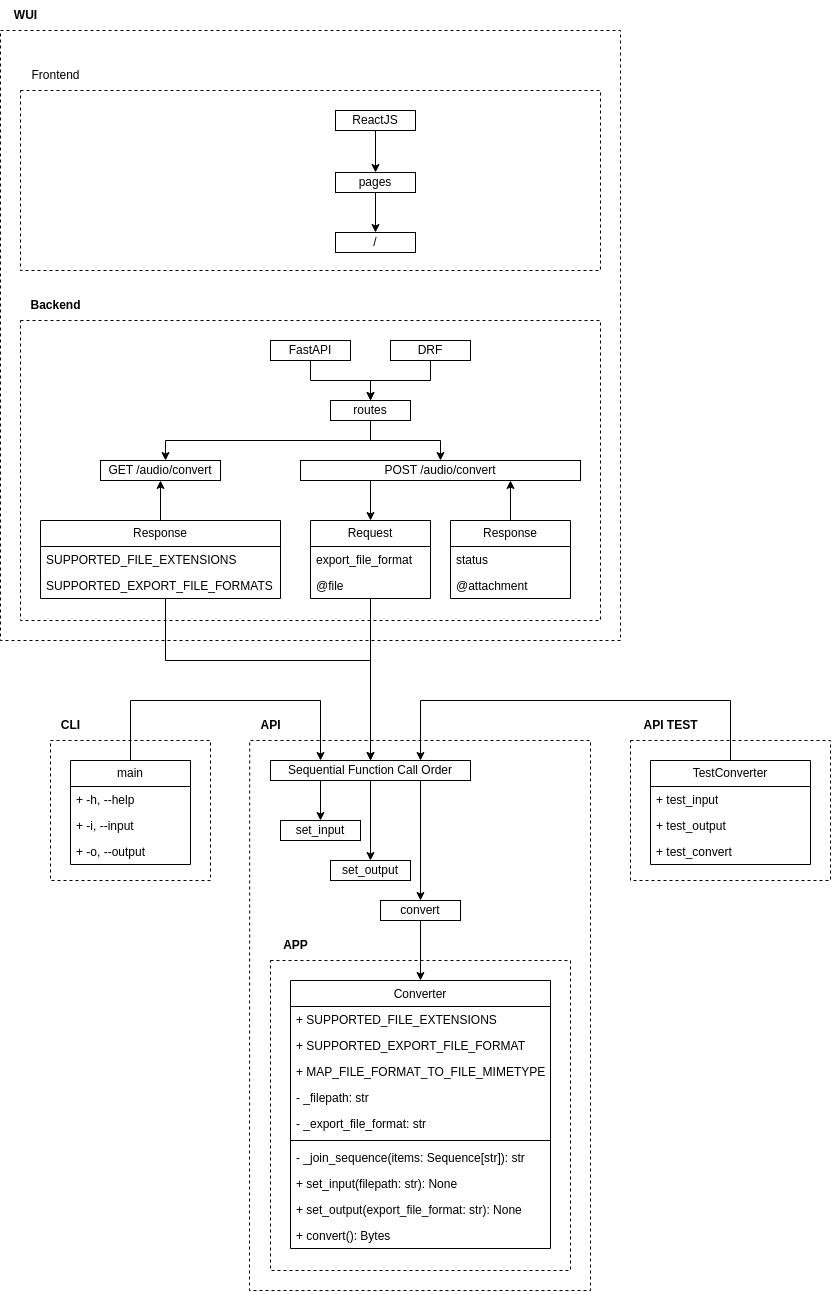
ames0k0/TP--Audio-File-Converter keeps this draw.io diagram as _readme/Diagram-WUI_FRONTEND_REACTJS.drawio.png. Above is the earlier version. Source tidied: cells renumbered, new cells last; positions are measured from the earlier drawing's top-left corner, leaving out a move shared by most shapes.
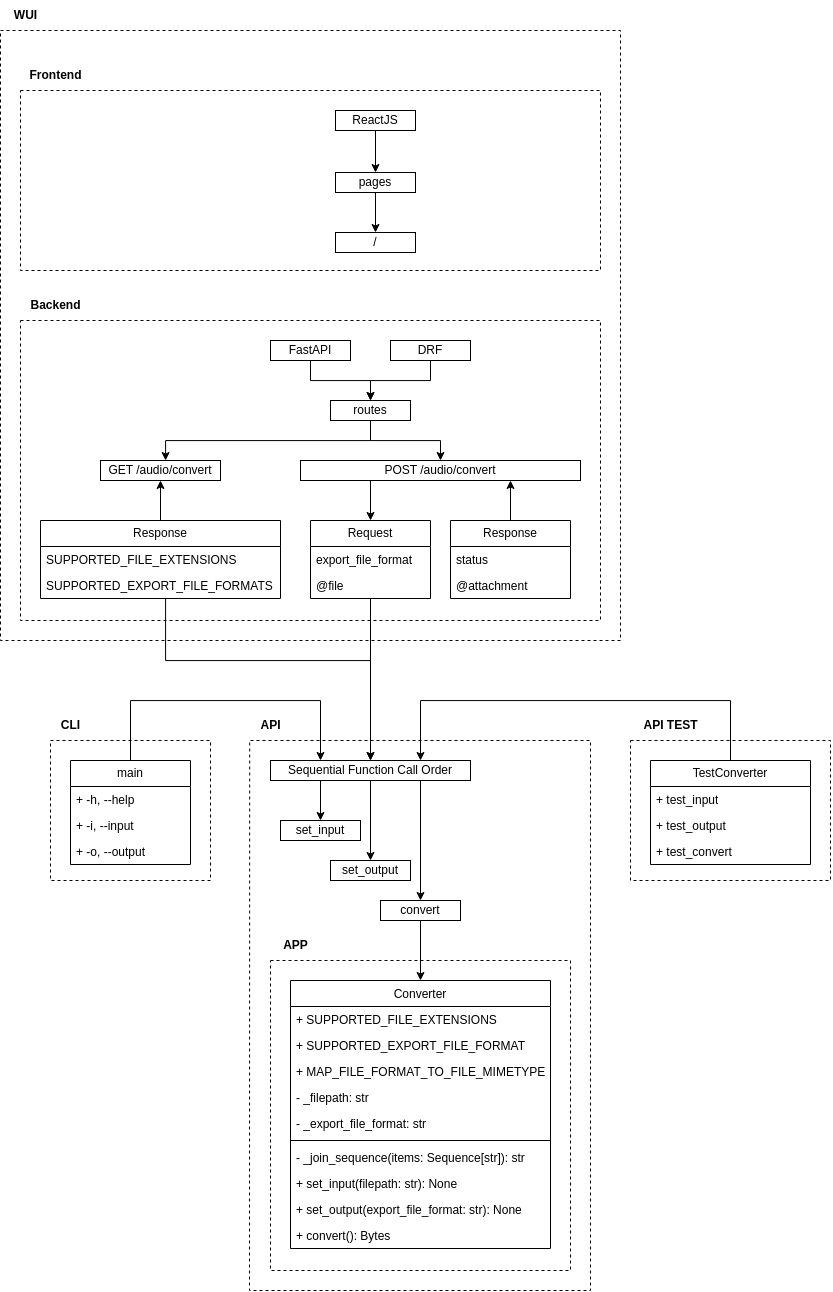
After the commit.

Commit message:
wui_frontend_reactjs: Added `fetchMetadata()`

Change to the diagram source:
```diff
@@ -277,8 +277,8 @@
         </Array>
       </mxGeometry>
     </mxCell>
-    <mxCell id="67" value="Frontend" style="text;html=1;align=center;verticalAlign=middle;strokeColor=none;fillColor=none;" parent="1" vertex="1">
-      <mxGeometry x="20" y="60" width="70" height="30" as="geometry" />
+    <mxCell id="67" value="&lt;b&gt;Frontend&lt;/b&gt;" style="text;html=1;align=center;verticalAlign=middle;strokeColor=none;fillColor=none;" parent="1" vertex="1">
+      <mxGeometry x="15" y="60" width="80" height="30" as="geometry" />
     </mxCell>
     <mxCell id="68" style="edgeStyle=orthogonalEdgeStyle;rounded=0;jettySize=auto;html=1;" parent="1" edge="1" source="69" target="71">
       <mxGeometry relative="1" as="geometry" />
```
